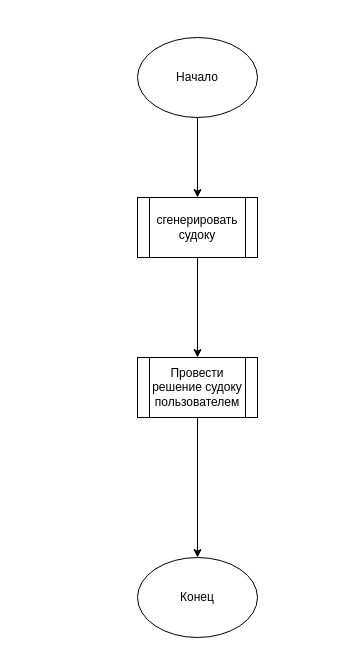
The draw.io diagram tdpp_project_algorithm.drawio in v-tempe/draw.io, before the edit. Source tidied: cells renumbered, new cells numbered last; positions are measured from the earlier drawing's top-left corner, leaving out a move shared by most shapes. Both pictures are drawn from the tidied source at 100%, with x=0, y=0 at pixel (137, 37).
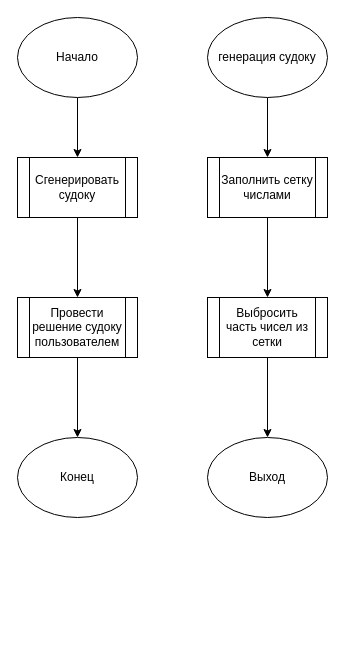
Above is the later version.

Change to the diagram source:
```diff
@@
 <mxGraphModel>
   <root>
     <mxCell id="0" />
     <mxCell id="1" parent="0" />
     <mxCell id="2" style="edgeStyle=orthogonalEdgeStyle;rounded=0;jettySize=auto;html=1;exitX=0.5;exitY=1;exitDx=0;exitDy=0;entryX=0.5;entryY=0;entryDx=0;entryDy=0;" parent="1" edge="1" source="3" target="6">
       <mxGeometry relative="1" as="geometry" />
     </mxCell>
     <mxCell id="3" value="Начало" style="ellipse;whiteSpace=wrap;html=1;" parent="1" vertex="1">
-      <mxGeometry width="120" height="80" as="geometry" />
+      <mxGeometry x="-120" y="-20" width="120" height="80" as="geometry" />
     </mxCell>
     <mxCell id="4" value="Конец" style="ellipse;whiteSpace=wrap;html=1;" parent="1" vertex="1">
-      <mxGeometry y="520" width="120" height="80" as="geometry" />
+      <mxGeometry x="-120" y="400" width="120" height="80" as="geometry" />
     </mxCell>
     <mxCell id="5" style="edgeStyle=orthogonalEdgeStyle;rounded=0;jettySize=auto;html=1;exitX=0.5;exitY=1;exitDx=0;exitDy=0;entryX=0.5;entryY=0;entryDx=0;entryDy=0;" parent="1" edge="1" source="6" target="8">
       <mxGeometry relative="1" as="geometry" />
     </mxCell>
-    <mxCell id="6" value="сгенерировать судоку" style="shape=process;whiteSpace=wrap;html=1;backgroundOutline=1;" parent="1" vertex="1">
-      <mxGeometry y="160" width="120" height="60" as="geometry" />
+    <mxCell id="6" value="Сгенерировать судоку" style="shape=process;whiteSpace=wrap;html=1;backgroundOutline=1;" parent="1" vertex="1">
+      <mxGeometry x="-120" y="120" width="120" height="60" as="geometry" />
     </mxCell>
     <mxCell id="7" style="edgeStyle=orthogonalEdgeStyle;rounded=0;jettySize=auto;html=1;exitX=0.5;exitY=1;exitDx=0;exitDy=0;entryX=0.5;entryY=0;entryDx=0;entryDy=0;" parent="1" edge="1" source="8" target="4">
       <mxGeometry relative="1" as="geometry" />
     </mxCell>
     <mxCell id="8" value="Провести решение судоку пользователем" style="shape=process;whiteSpace=wrap;html=1;backgroundOutline=1;" parent="1" vertex="1">
-      <mxGeometry y="320" width="120" height="60" as="geometry" />
+      <mxGeometry x="-120" y="260" width="120" height="60" as="geometry" />
     </mxCell>
+    <mxCell id="9" style="edgeStyle=orthogonalEdgeStyle;rounded=0;jettySize=auto;html=1;exitX=0.5;exitY=1;exitDx=0;exitDy=0;entryX=0.5;entryY=0;entryDx=0;entryDy=0;" parent="1" edge="1" source="10" target="13">
+      <mxGeometry relative="1" as="geometry" />
+    </mxCell>
+    <mxCell id="10" value="генерация судоку" style="ellipse;whiteSpace=wrap;html=1;" parent="1" vertex="1">
+      <mxGeometry x="70" y="-20" width="120" height="80" as="geometry" />
+    </mxCell>
+    <mxCell id="11" value="Выход" style="ellipse;whiteSpace=wrap;html=1;" parent="1" vertex="1">
+      <mxGeometry x="70" y="400" width="120" height="80" as="geometry" />
+    </mxCell>
+    <mxCell id="12" style="edgeStyle=orthogonalEdgeStyle;rounded=0;jettySize=auto;html=1;exitX=0.5;exitY=1;exitDx=0;exitDy=0;entryX=0.5;entryY=0;entryDx=0;entryDy=0;" parent="1" edge="1" source="13" target="15">
+      <mxGeometry relative="1" as="geometry" />
+    </mxCell>
+    <mxCell id="13" value="Заполнить сетку числами" style="shape=process;whiteSpace=wrap;html=1;backgroundOutline=1;" parent="1" vertex="1">
+      <mxGeometry x="70" y="120" width="120" height="60" as="geometry" />
+    </mxCell>
+    <mxCell id="14" style="edgeStyle=orthogonalEdgeStyle;rounded=0;jettySize=auto;html=1;exitX=0.5;exitY=1;exitDx=0;exitDy=0;entryX=0.5;entryY=0;entryDx=0;entryDy=0;" parent="1" edge="1" source="15" target="11">
+      <mxGeometry relative="1" as="geometry" />
+    </mxCell>
+    <mxCell id="15" value="Выбросить часть чисел из сетки" style="shape=process;whiteSpace=wrap;html=1;backgroundOutline=1;" parent="1" vertex="1">
+      <mxGeometry x="70" y="260" width="120" height="60" as="geometry" />
+    </mxCell>
   </root>
 </mxGraphModel>
```
